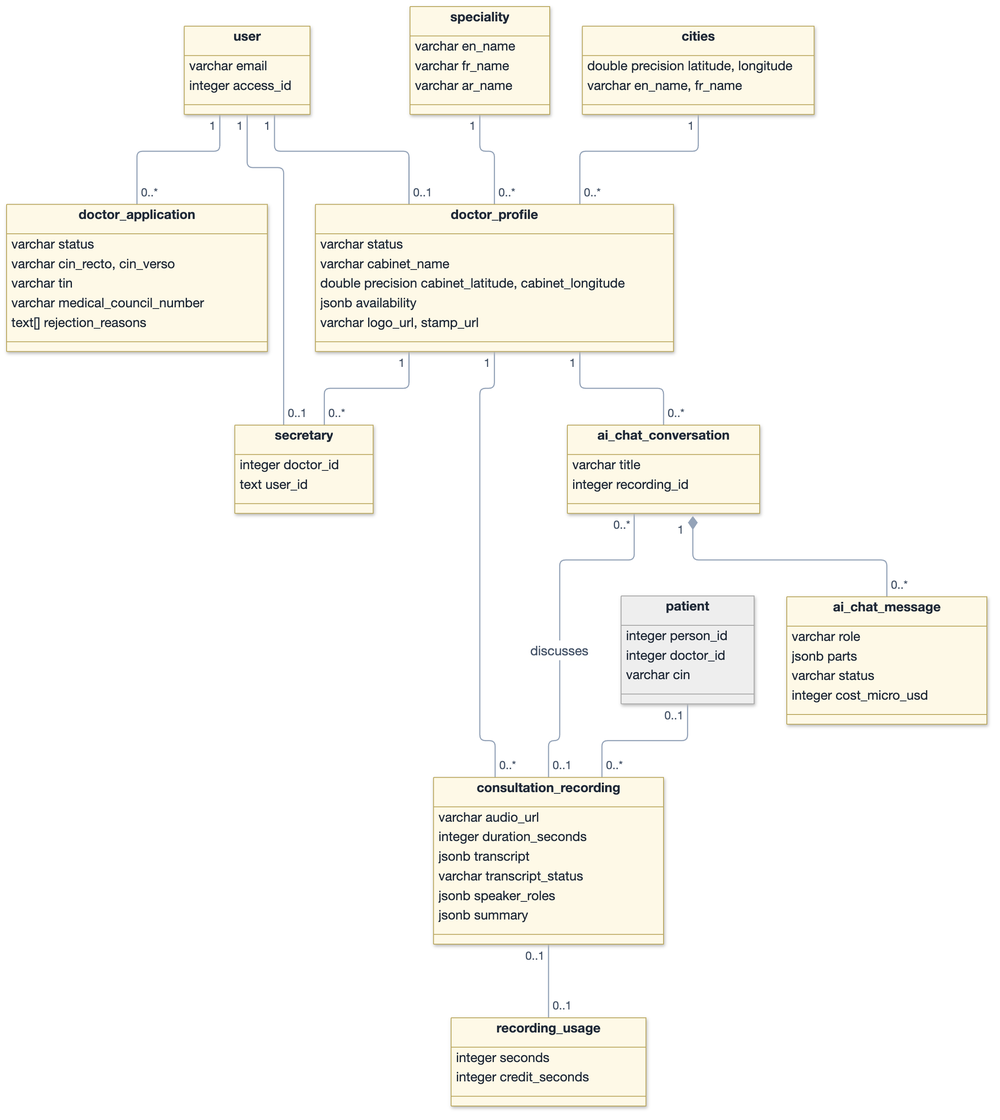
Above: images/diagrams/class_diagram_practice.png in AtriOmar/riaya-report (Mermaid), before the change. Its source is kept beside it as images/diagrams/src/class_diagram_practice.mmd.
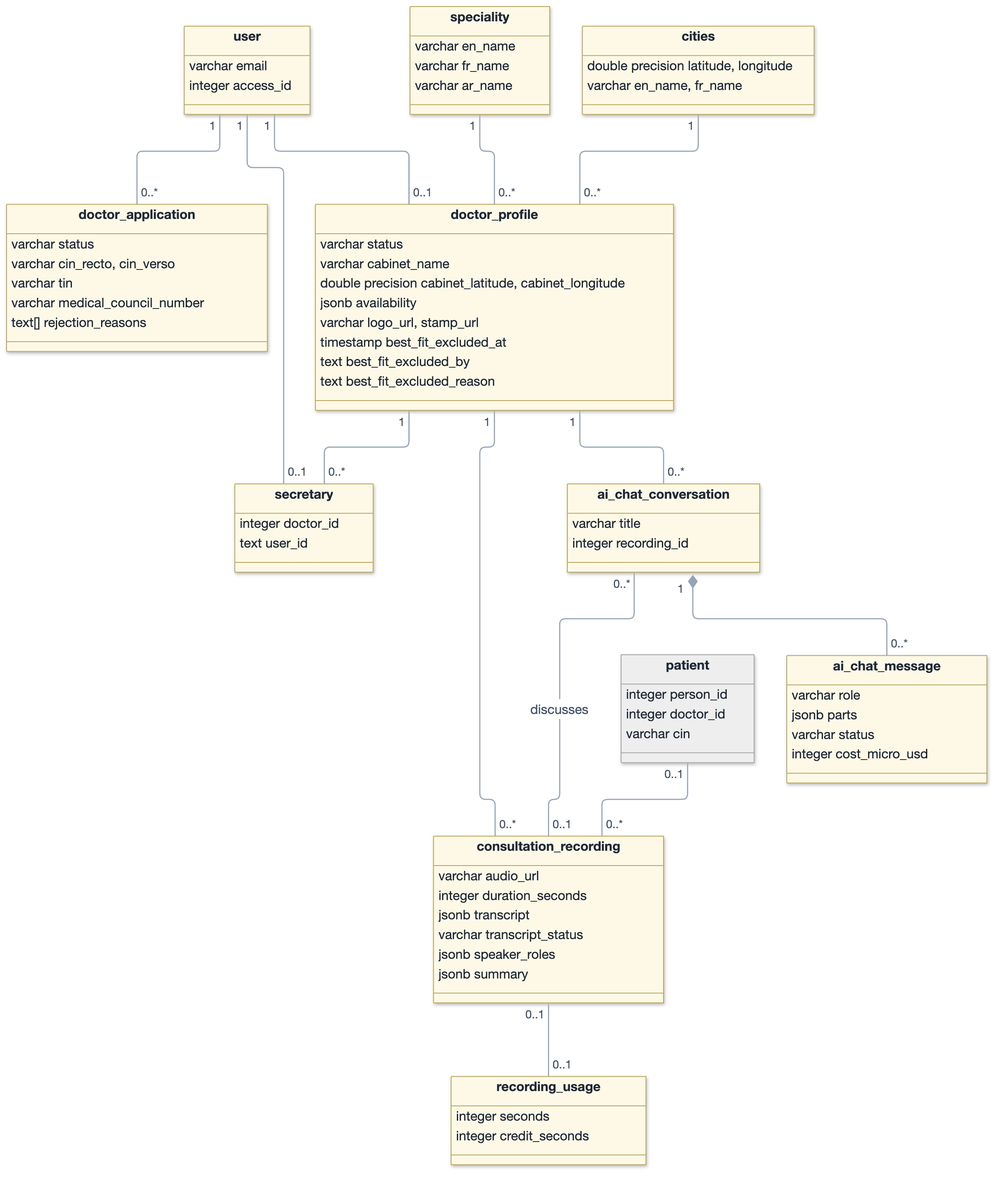
After the commit.

The edit, as a diff of the source:
```diff
@@ -18,6 +18,9 @@
   double precision cabinet_latitude, cabinet_longitude
   jsonb availability
   varchar logo_url, stamp_url
+  timestamp best_fit_excluded_at
+  text best_fit_excluded_by
+  text best_fit_excluded_reason
 }
 class speciality {
   varchar en_name
```
